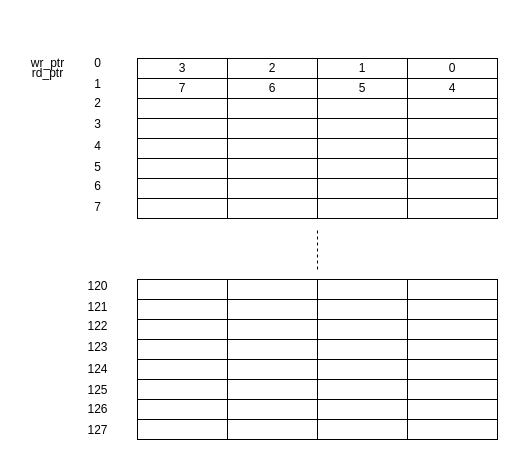
Above: page "CMD Buffer" (6 of 6) of SCP.drawio in HelmutXie/blake2 (draw.io), before the change. Source tidied: cells renumbered, new cells numbered last; positions are measured from the earlier drawing's top-left corner, leaving out a move shared by most shapes. Both pictures are drawn from the tidied source at 100%, with x=0, y=0 at pixel (17, 48).
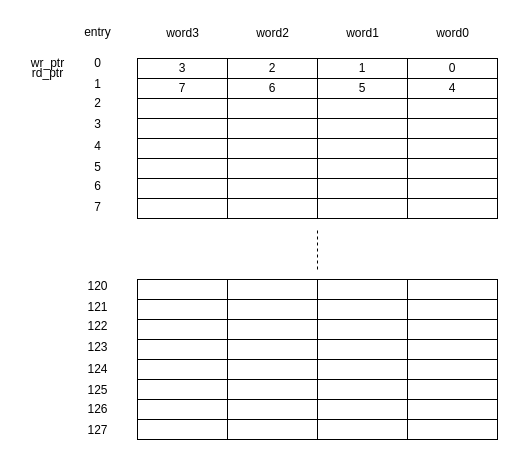
Above is the later version.

The edit, as a diff of the source:
```diff
@@
+    <mxCell id="89" value="entry" style="text;html=1;align=center;verticalAlign=middle;strokeColor=none;fillColor=none;" parent="1" vertex="1">
+      <mxGeometry x="55" y="-31" width="50" height="30" as="geometry" />
+    </mxCell>
+    <mxCell id="90" value="word0" style="text;html=1;align=center;verticalAlign=middle;strokeColor=none;fillColor=none;" parent="1" vertex="1">
+      <mxGeometry x="405" y="-30" width="60" height="30" as="geometry" />
+    </mxCell>
+    <mxCell id="91" value="word1" style="text;html=1;align=center;verticalAlign=middle;strokeColor=none;fillColor=none;" parent="1" vertex="1">
+      <mxGeometry x="315" y="-30" width="60" height="30" as="geometry" />
+    </mxCell>
+    <mxCell id="92" value="word2" style="text;html=1;align=center;verticalAlign=middle;strokeColor=none;fillColor=none;" parent="1" vertex="1">
+      <mxGeometry x="225" y="-30" width="60" height="30" as="geometry" />
+    </mxCell>
+    <mxCell id="93" value="word3" style="text;html=1;align=center;verticalAlign=middle;strokeColor=none;fillColor=none;" parent="1" vertex="1">
+      <mxGeometry x="135" y="-30" width="60" height="30" as="geometry" />
+    </mxCell>
```
